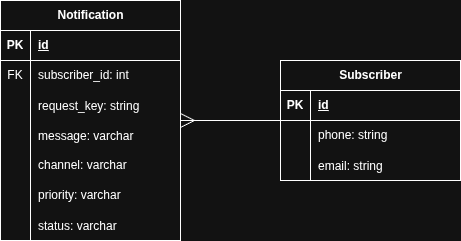
The draw.io diagram notification_service-Page-2.drawio.png in kracer9/NotificationService, before a commit. Source tidied: cells renumbered, new cells last; positions are measured from the earlier drawing's top-left corner, leaving out a move shared by most shapes. Its diagram source:
```xml
<mxGraphModel>
  <root>
    <mxCell id="0" />
    <mxCell id="1" parent="0" />
    <mxCell id="2" value="Notification" style="shape=table;startSize=30;rowLines=0;fontStyle=1;align=center;html=1;" parent="1" vertex="1">
      <mxGeometry width="180" height="240" as="geometry" />
    </mxCell>
    <mxCell id="3" style="shape=tableRow;horizontal=0;startSize=0;swimlaneHead=0;swimlaneBody=0;fillColor=none;top=0;left=0;right=0;bottom=1;" parent="2" vertex="1">
      <mxGeometry y="30" width="180" height="30" as="geometry" />
    </mxCell>
    <mxCell id="4" value="PK" style="shape=partialRectangle;fillColor=none;top=0;left=0;bottom=0;right=0;fontStyle=1;overflow=hidden;whiteSpace=wrap;html=1;" parent="3" vertex="1">
      <mxGeometry width="30" height="30" as="geometry" />
    </mxCell>
    <mxCell id="5" value="id" style="shape=partialRectangle;fillColor=none;top=0;left=0;bottom=0;right=0;align=left;spacingLeft=6;fontStyle=5;overflow=hidden;whiteSpace=wrap;html=1;" parent="3" vertex="1">
      <mxGeometry x="30" width="150" height="30" as="geometry" />
    </mxCell>
    <mxCell id="6" style="shape=tableRow;horizontal=0;startSize=0;swimlaneHead=0;swimlaneBody=0;fillColor=none;top=0;left=0;right=0;bottom=0;" parent="2" vertex="1">
      <mxGeometry y="60" width="180" height="30" as="geometry" />
    </mxCell>
    <mxCell id="7" value="FK" style="shape=partialRectangle;fillColor=none;top=0;left=0;bottom=0;right=0;overflow=hidden;whiteSpace=wrap;html=1;" parent="6" vertex="1">
      <mxGeometry width="30" height="30" as="geometry" />
    </mxCell>
    <mxCell id="8" value="&lt;span style=&quot;text-wrap-mode: nowrap;&quot;&gt;subscriber_id: int&lt;/span&gt;" style="shape=partialRectangle;fillColor=none;top=0;left=0;bottom=0;right=0;align=left;spacingLeft=6;overflow=hidden;whiteSpace=wrap;html=1;" parent="6" vertex="1">
      <mxGeometry x="30" width="150" height="30" as="geometry" />
    </mxCell>
    <mxCell id="9" style="shape=tableRow;horizontal=0;startSize=0;swimlaneHead=0;swimlaneBody=0;fillColor=none;top=0;left=0;right=0;bottom=0;" parent="2" vertex="1">
      <mxGeometry y="90" width="180" height="30" as="geometry" />
    </mxCell>
    <mxCell id="10" style="shape=partialRectangle;fillColor=none;top=0;left=0;bottom=0;right=0;overflow=hidden;" parent="9" vertex="1">
      <mxGeometry width="30" height="30" as="geometry" />
    </mxCell>
    <mxCell id="11" value="request_key: string" style="shape=partialRectangle;fillColor=none;top=0;left=0;bottom=0;right=0;align=left;spacingLeft=6;overflow=hidden;" parent="9" vertex="1">
      <mxGeometry x="30" width="150" height="30" as="geometry" />
    </mxCell>
    <mxCell id="12" style="shape=tableRow;horizontal=0;startSize=0;swimlaneHead=0;swimlaneBody=0;fillColor=none;top=0;left=0;right=0;bottom=0;" parent="2" vertex="1">
      <mxGeometry y="120" width="180" height="30" as="geometry" />
    </mxCell>
    <mxCell id="13" style="shape=partialRectangle;fillColor=none;top=0;left=0;bottom=0;right=0;overflow=hidden;" parent="12" vertex="1">
      <mxGeometry width="30" height="30" as="geometry" />
    </mxCell>
    <mxCell id="14" value="message: varchar" style="shape=partialRectangle;fillColor=none;top=0;left=0;bottom=0;right=0;align=left;spacingLeft=6;overflow=hidden;" parent="12" vertex="1">
      <mxGeometry x="30" width="150" height="30" as="geometry" />
    </mxCell>
    <mxCell id="15" style="shape=tableRow;horizontal=0;startSize=0;swimlaneHead=0;swimlaneBody=0;fillColor=none;top=0;left=0;right=0;bottom=0;" parent="2" vertex="1">
      <mxGeometry y="150" width="180" height="30" as="geometry" />
    </mxCell>
    <mxCell id="16" style="shape=partialRectangle;fillColor=none;top=0;left=0;bottom=0;right=0;overflow=hidden;whiteSpace=wrap;html=1;" parent="15" vertex="1">
      <mxGeometry width="30" height="30" as="geometry" />
    </mxCell>
    <mxCell id="17" value="channel: varchar" style="shape=partialRectangle;fillColor=none;top=0;left=0;bottom=0;right=0;align=left;spacingLeft=6;overflow=hidden;whiteSpace=wrap;html=1;" parent="15" vertex="1">
      <mxGeometry x="30" width="150" height="30" as="geometry" />
    </mxCell>
    <mxCell id="18" style="shape=tableRow;horizontal=0;startSize=0;swimlaneHead=0;swimlaneBody=0;fillColor=none;top=0;left=0;right=0;bottom=0;" parent="2" vertex="1">
      <mxGeometry y="180" width="180" height="30" as="geometry" />
    </mxCell>
    <mxCell id="19" style="shape=partialRectangle;fillColor=none;top=0;left=0;bottom=0;right=0;overflow=hidden;whiteSpace=wrap;html=1;" parent="18" vertex="1">
      <mxGeometry width="30" height="30" as="geometry" />
    </mxCell>
    <mxCell id="20" value="priority: varchar" style="shape=partialRectangle;fillColor=none;top=0;left=0;bottom=0;right=0;align=left;spacingLeft=6;overflow=hidden;whiteSpace=wrap;html=1;" parent="18" vertex="1">
      <mxGeometry x="30" width="150" height="30" as="geometry" />
    </mxCell>
    <mxCell id="21" style="shape=tableRow;horizontal=0;startSize=0;swimlaneHead=0;swimlaneBody=0;fillColor=none;top=0;left=0;right=0;bottom=0;" parent="2" vertex="1">
      <mxGeometry y="210" width="180" height="30" as="geometry" />
    </mxCell>
    <mxCell id="22" style="shape=partialRectangle;fillColor=none;top=0;left=0;bottom=0;right=0;overflow=hidden;" parent="21" vertex="1">
      <mxGeometry width="30" height="30" as="geometry" />
    </mxCell>
    <mxCell id="23" value="status: varchar" style="shape=partialRectangle;fillColor=none;top=0;left=0;bottom=0;right=0;align=left;spacingLeft=6;overflow=hidden;" parent="21" vertex="1">
      <mxGeometry x="30" width="150" height="30" as="geometry" />
    </mxCell>
    <mxCell id="24" style="edgeStyle=orthogonalEdgeStyle;rounded=0;jettySize=auto;html=1;endArrow=ERmany;endFill=0;endSize=12;" parent="1" edge="1" source="25" target="2">
      <mxGeometry relative="1" as="geometry" />
    </mxCell>
    <mxCell id="25" value="Subscriber" style="shape=table;startSize=30;rowLines=0;fontStyle=1;align=center;html=1;" parent="1" vertex="1">
      <mxGeometry x="280" y="60" width="180" height="120" as="geometry" />
    </mxCell>
    <mxCell id="26" style="shape=tableRow;horizontal=0;startSize=0;swimlaneHead=0;swimlaneBody=0;fillColor=none;top=0;left=0;right=0;bottom=1;" parent="25" vertex="1">
      <mxGeometry y="30" width="180" height="30" as="geometry" />
    </mxCell>
    <mxCell id="27" value="PK" style="shape=partialRectangle;fillColor=none;top=0;left=0;bottom=0;right=0;fontStyle=1;overflow=hidden;whiteSpace=wrap;html=1;" parent="26" vertex="1">
      <mxGeometry width="30" height="30" as="geometry" />
    </mxCell>
    <mxCell id="28" value="id" style="shape=partialRectangle;fillColor=none;top=0;left=0;bottom=0;right=0;align=left;spacingLeft=6;fontStyle=5;overflow=hidden;whiteSpace=wrap;html=1;" parent="26" vertex="1">
      <mxGeometry x="30" width="150" height="30" as="geometry" />
    </mxCell>
    <mxCell id="29" style="shape=tableRow;horizontal=0;startSize=0;swimlaneHead=0;swimlaneBody=0;fillColor=none;top=0;left=0;right=0;bottom=0;" parent="25" vertex="1">
      <mxGeometry y="60" width="180" height="30" as="geometry" />
    </mxCell>
    <mxCell id="30" style="shape=partialRectangle;fillColor=none;top=0;left=0;bottom=0;right=0;overflow=hidden;whiteSpace=wrap;html=1;" parent="29" vertex="1">
      <mxGeometry width="30" height="30" as="geometry" />
    </mxCell>
    <mxCell id="31" value="phone: string" style="shape=partialRectangle;fillColor=none;top=0;left=0;bottom=0;right=0;align=left;spacingLeft=6;overflow=hidden;whiteSpace=wrap;html=1;" parent="29" vertex="1">
      <mxGeometry x="30" width="150" height="30" as="geometry" />
    </mxCell>
    <mxCell id="32" style="shape=tableRow;horizontal=0;startSize=0;swimlaneHead=0;swimlaneBody=0;fillColor=none;top=0;left=0;right=0;bottom=0;" parent="25" vertex="1">
      <mxGeometry y="90" width="180" height="30" as="geometry" />
    </mxCell>
    <mxCell id="33" style="shape=partialRectangle;fillColor=none;top=0;left=0;bottom=0;right=0;overflow=hidden;" parent="32" vertex="1">
      <mxGeometry width="30" height="30" as="geometry" />
    </mxCell>
    <mxCell id="34" value="email: string" style="shape=partialRectangle;fillColor=none;top=0;left=0;bottom=0;right=0;align=left;spacingLeft=6;overflow=hidden;" parent="32" vertex="1">
      <mxGeometry x="30" width="150" height="30" as="geometry" />
    </mxCell>
  </root>
</mxGraphModel>
```
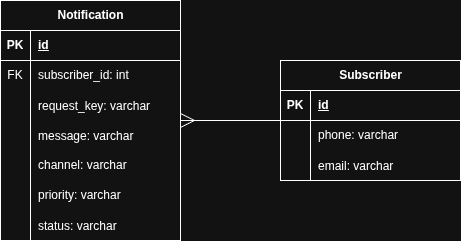
The same diagram one commit later.

Commit message:
Поправил тип данных в информационной модели

The edit, as a diff of the source:
```diff
@@ -29,7 +29,7 @@
     <mxCell id="10" style="shape=partialRectangle;fillColor=none;top=0;left=0;bottom=0;right=0;overflow=hidden;" parent="9" vertex="1">
       <mxGeometry width="30" height="30" as="geometry" />
     </mxCell>
-    <mxCell id="11" value="request_key: string" style="shape=partialRectangle;fillColor=none;top=0;left=0;bottom=0;right=0;align=left;spacingLeft=6;overflow=hidden;" parent="9" vertex="1">
+    <mxCell id="11" value="request_key: varchar" style="shape=partialRectangle;fillColor=none;top=0;left=0;bottom=0;right=0;align=left;spacingLeft=6;overflow=hidden;" parent="9" vertex="1">
       <mxGeometry x="30" width="150" height="30" as="geometry" />
     </mxCell>
     <mxCell id="12" style="shape=tableRow;horizontal=0;startSize=0;swimlaneHead=0;swimlaneBody=0;fillColor=none;top=0;left=0;right=0;bottom=0;" parent="2" vertex="1">
@@ -89,7 +89,7 @@
     <mxCell id="30" style="shape=partialRectangle;fillColor=none;top=0;left=0;bottom=0;right=0;overflow=hidden;whiteSpace=wrap;html=1;" parent="29" vertex="1">
       <mxGeometry width="30" height="30" as="geometry" />
     </mxCell>
-    <mxCell id="31" value="phone: string" style="shape=partialRectangle;fillColor=none;top=0;left=0;bottom=0;right=0;align=left;spacingLeft=6;overflow=hidden;whiteSpace=wrap;html=1;" parent="29" vertex="1">
+    <mxCell id="31" value="phone: varchar" style="shape=partialRectangle;fillColor=none;top=0;left=0;bottom=0;right=0;align=left;spacingLeft=6;overflow=hidden;whiteSpace=wrap;html=1;" parent="29" vertex="1">
       <mxGeometry x="30" width="150" height="30" as="geometry" />
     </mxCell>
     <mxCell id="32" style="shape=tableRow;horizontal=0;startSize=0;swimlaneHead=0;swimlaneBody=0;fillColor=none;top=0;left=0;right=0;bottom=0;" parent="25" vertex="1">
@@ -98,7 +98,7 @@
     <mxCell id="33" style="shape=partialRectangle;fillColor=none;top=0;left=0;bottom=0;right=0;overflow=hidden;" parent="32" vertex="1">
       <mxGeometry width="30" height="30" as="geometry" />
     </mxCell>
-    <mxCell id="34" value="email: string" style="shape=partialRectangle;fillColor=none;top=0;left=0;bottom=0;right=0;align=left;spacingLeft=6;overflow=hidden;" parent="32" vertex="1">
+    <mxCell id="34" value="email: varchar" style="shape=partialRectangle;fillColor=none;top=0;left=0;bottom=0;right=0;align=left;spacingLeft=6;overflow=hidden;" parent="32" vertex="1">
       <mxGeometry x="30" width="150" height="30" as="geometry" />
     </mxCell>
   </root>
```
